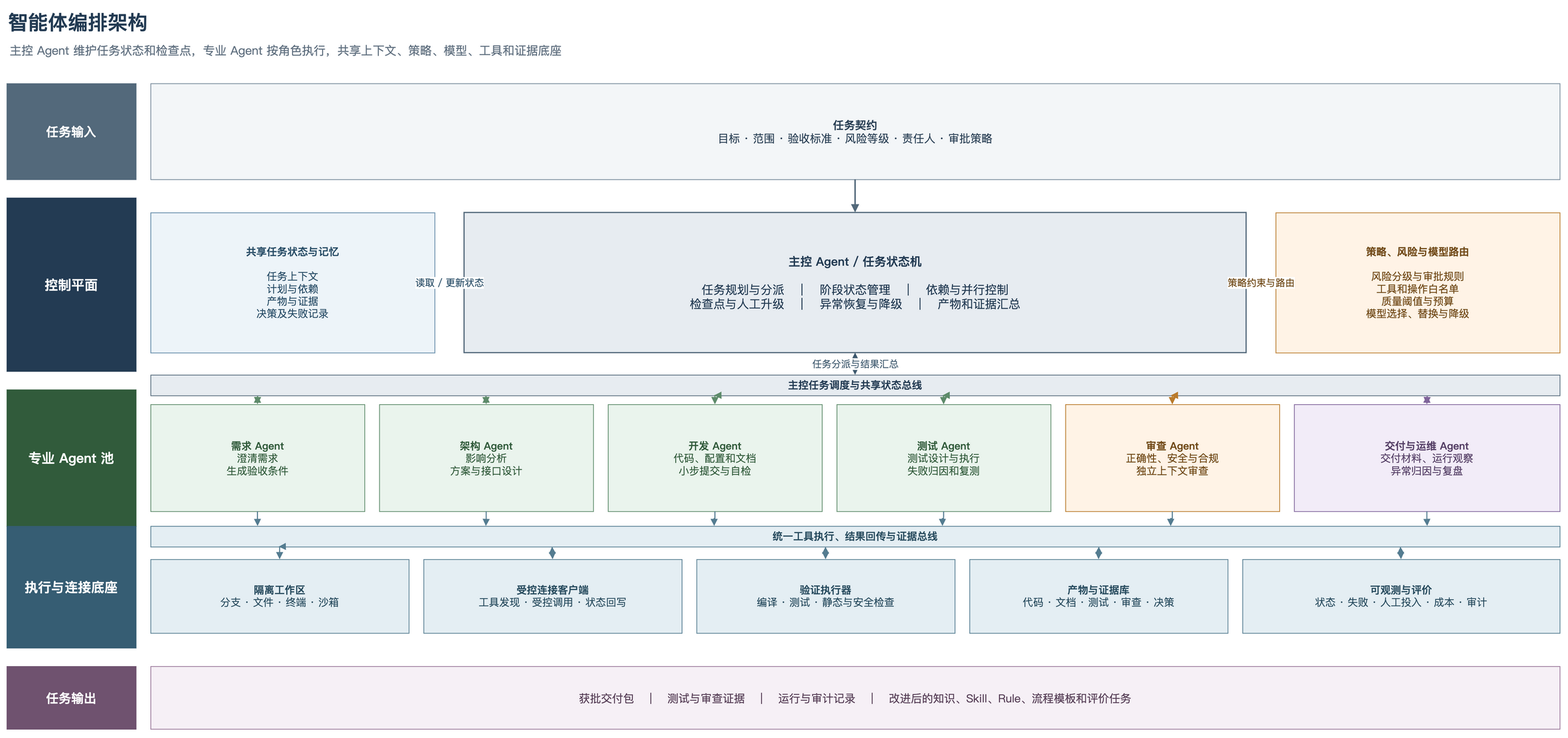
Before: diagrams/rendered/图3_智能体编排架构.drawio.png, a diagram exported from draw.io (GeHahahaha/AI-paper). Source tidied: cells renumbered, new cells last; positions are measured from the earlier drawing's top-left corner, leaving out a move shared by most shapes.
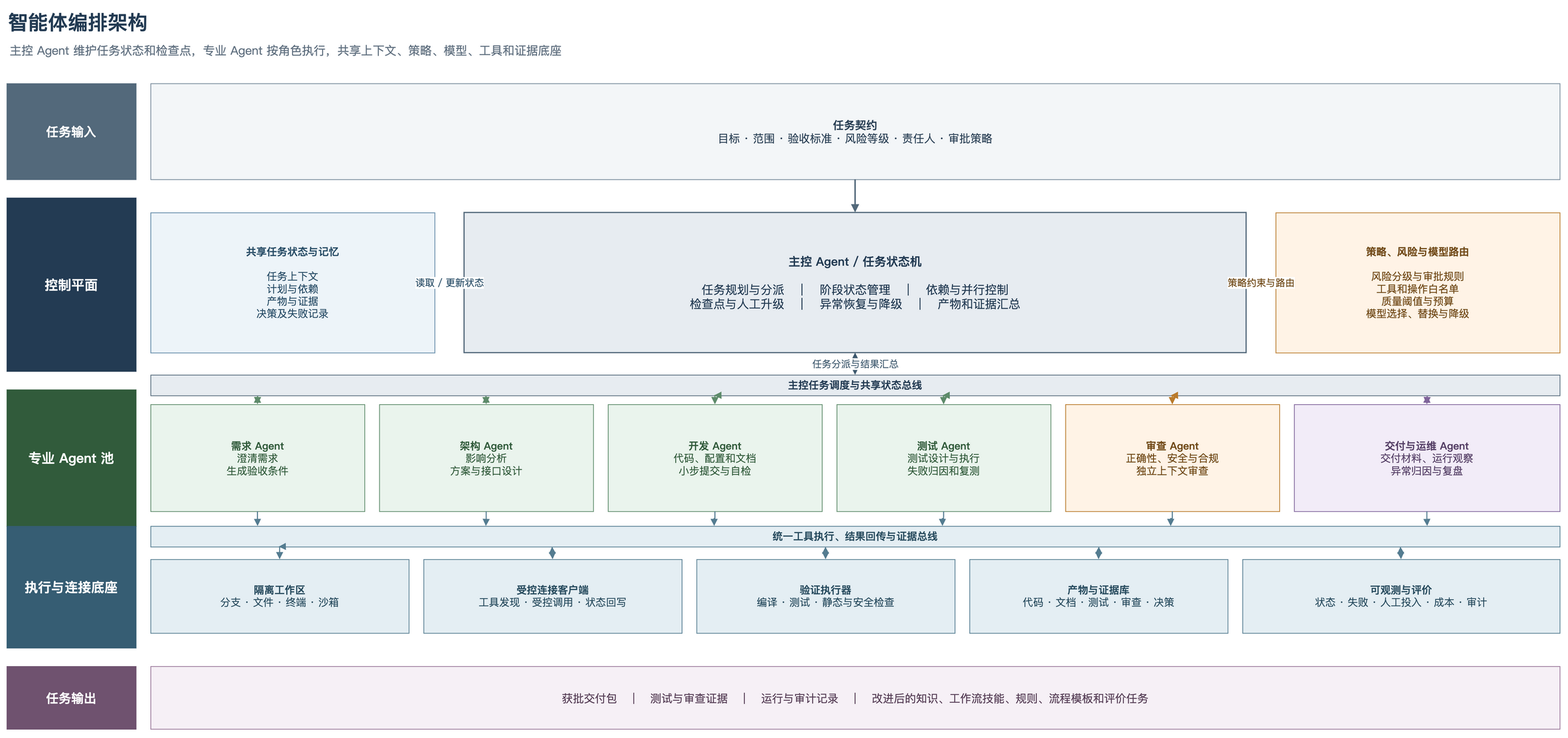
Later version of the same file.

The edit, as a diff of the source:
```diff
@@ -137,7 +137,7 @@
     <mxCell id="46" value="任务输出" style="rounded=0;whiteSpace=wrap;html=1;fillColor=#6F526F;strokeColor=#6F526F;fontFamily=Microsoft YaHei;fontColor=#FFFFFF;fontSize=17;fontStyle=1;align=center;verticalAlign=middle;" parent="1" vertex="1">
       <mxGeometry y="895" width="175" height="85" as="geometry" />
     </mxCell>
-    <mxCell id="47" value="获批交付包　｜　测试与审查证据　｜　运行与审计记录　｜　改进后的知识、Skill、Rule、流程模板和评价任务" style="rounded=0;whiteSpace=wrap;html=1;fillColor=#F6F0F6;strokeColor=#9A789A;fontFamily=Microsoft YaHei;fontColor=#584058;fontSize=15;align=center;verticalAlign=middle;" parent="1" vertex="1">
+    <mxCell id="47" value="获批交付包　｜　测试与审查证据　｜　运行与审计记录　｜　改进后的知识、工作流技能、规则、流程模板和评价任务" style="rounded=0;whiteSpace=wrap;html=1;fillColor=#F6F0F6;strokeColor=#9A789A;fontFamily=Microsoft YaHei;fontColor=#584058;fontSize=15;align=center;verticalAlign=middle;" parent="1" vertex="1">
       <mxGeometry x="195" y="895" width="1910" height="85" as="geometry" />
     </mxCell>
   </root>
```
